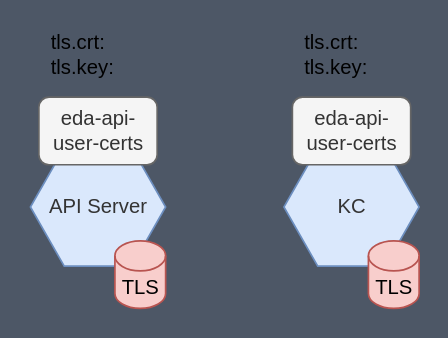
Earlier version of the draw.io diagram page "[2] Custom API Certificate" (3 of 6) of eda-tls-issuers.drawio (nokia-eda/docs). Source tidied: cells renumbered, new cells numbered last; positions are measured from the earlier drawing's top-left corner, leaving out a move shared by most shapes. Both pictures are drawn from the tidied source at 169%, with x=0, y=0 at pixel (29, 29).
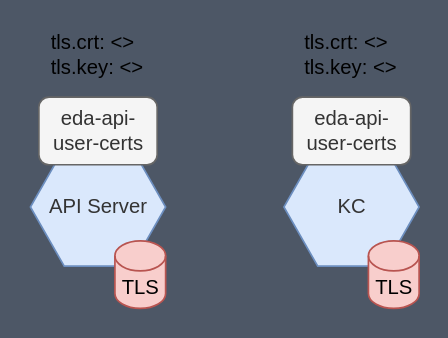
The same page after the edit.

What changed in the source:
```diff
@@
 <mxGraphModel background="light-dark(#4D5766,#9BA4B1)">
   <root>
     <mxCell id="0" />
     <mxCell id="1" parent="0" />
     <mxCell id="2" value="&lt;span style=&quot;color: rgb(51, 51, 51); font-family: Helvetica; font-size: 12px; font-style: normal; font-variant-ligatures: normal; font-variant-caps: normal; font-weight: 400; letter-spacing: normal; orphans: 2; text-align: center; text-indent: 0px; text-transform: none; widows: 2; word-spacing: 0px; -webkit-text-stroke-width: 0px; white-space: normal; text-decoration-thickness: initial; text-decoration-style: initial; text-decoration-color: initial; float: none; display: inline !important;&quot;&gt;KC&lt;/span&gt;" style="shape=hexagon;perimeter=hexagonPerimeter2;whiteSpace=wrap;html=1;fixedSize=1;fillColor=#dae8fc;strokeColor=#6c8ebf;" parent="1" vertex="1">
       <mxGeometry x="150.5" y="70" width="80" height="70" as="geometry" />
     </mxCell>
     <mxCell id="3" value="TLS" style="shape=cylinder3;whiteSpace=wrap;html=1;boundedLbl=1;backgroundOutline=1;size=8.888888888888857;fillColor=#f8cecc;strokeColor=#b85450;" parent="1" vertex="1">
       <mxGeometry x="200.5" y="125" width="30" height="40" as="geometry" />
     </mxCell>
     <mxCell id="4" value="&lt;span style=&quot;color: rgb(51, 51, 51); font-family: Helvetica; font-size: 12px; font-style: normal; font-variant-ligatures: normal; font-variant-caps: normal; font-weight: 400; letter-spacing: normal; orphans: 2; text-align: center; text-indent: 0px; text-transform: none; widows: 2; word-spacing: 0px; -webkit-text-stroke-width: 0px; white-space: normal; text-decoration-thickness: initial; text-decoration-style: initial; text-decoration-color: initial; float: none; display: inline !important;&quot;&gt;API Server&lt;/span&gt;" style="shape=hexagon;perimeter=hexagonPerimeter2;whiteSpace=wrap;html=1;fixedSize=1;fillColor=#dae8fc;strokeColor=#6c8ebf;" parent="1" vertex="1">
       <mxGeometry x="0.5" y="70" width="80" height="70" as="geometry" />
     </mxCell>
     <mxCell id="5" value="TLS" style="shape=cylinder3;whiteSpace=wrap;html=1;boundedLbl=1;backgroundOutline=1;size=8.888888888888857;fillColor=#f8cecc;strokeColor=#b85450;" parent="1" vertex="1">
       <mxGeometry x="50.5" y="125" width="30" height="40" as="geometry" />
     </mxCell>
     <mxCell id="6" value="eda-api-user-certs" style="rounded=1;whiteSpace=wrap;html=1;fillColor=#f5f5f5;strokeColor=#666666;fontColor=#333333;" parent="1" vertex="1">
       <mxGeometry x="155.5" y="40" width="70" height="40" as="geometry" />
     </mxCell>
     <mxCell id="7" value="eda-api-user-certs" style="rounded=1;whiteSpace=wrap;html=1;fillColor=#f5f5f5;strokeColor=#666666;fontColor=#333333;" parent="1" vertex="1">
       <mxGeometry x="5.5" y="40" width="70" height="40" as="geometry" />
     </mxCell>
-    <mxCell id="8" value="tls.crt:&lt;div&gt;tls.key:&lt;/div&gt;" style="text;html=1;whiteSpace=wrap;strokeColor=none;fillColor=none;align=left;verticalAlign=middle;rounded=0;" parent="1" vertex="1">
+    <mxCell id="8" value="tls.crt: &amp;lt;&amp;gt;&lt;div&gt;tls.key: &amp;lt;&amp;gt;&lt;/div&gt;" style="text;html=1;whiteSpace=wrap;strokeColor=none;fillColor=none;align=left;verticalAlign=middle;rounded=0;" parent="1" vertex="1">
       <mxGeometry x="10.5" width="60" height="30" as="geometry" />
     </mxCell>
-    <mxCell id="9" value="tls.crt:&lt;div&gt;tls.key:&lt;/div&gt;" style="text;html=1;whiteSpace=wrap;strokeColor=none;fillColor=none;align=left;verticalAlign=middle;rounded=0;" parent="1" vertex="1">
+    <mxCell id="9" value="tls.crt: &amp;lt;&amp;gt;&lt;div&gt;tls.key: &amp;lt;&amp;gt;&lt;/div&gt;" style="text;html=1;whiteSpace=wrap;strokeColor=none;fillColor=none;align=left;verticalAlign=middle;rounded=0;" parent="1" vertex="1">
       <mxGeometry x="160.5" width="60" height="30" as="geometry" />
     </mxCell>
   </root>
 </mxGraphModel>
```
